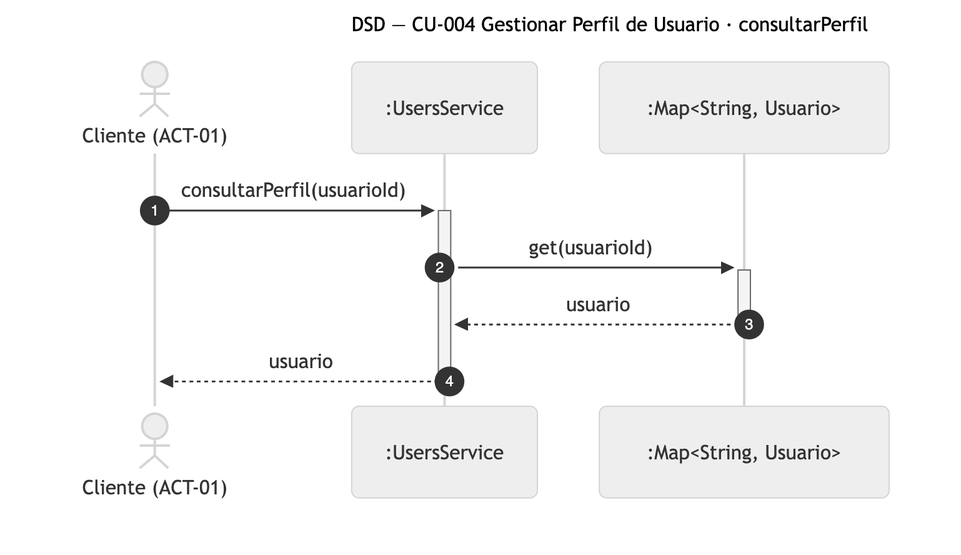
Nahuelito-Dev/splg-docs keeps this Mermaid diagram as diagramas/png/DSD_CU-004_consultarPerfil.png. Above is the earlier version. Its source is kept beside it as diagramas/DSD_CU-004_consultarPerfil.mmd. The source it was exported from:
```mermaid
sequenceDiagram
    title DSD — CU-004 Gestionar Perfil de Usuario · consultarPerfil
    autonumber
    actor CLI as Cliente (ACT-01)
    participant SRV as :UsersService
    participant COL as :Map#lt;String, Usuario#gt;

    CLI->>+SRV: consultarPerfil(usuarioId)
    SRV->>+COL: get(usuarioId)
    COL-->>-SRV: usuario
    SRV-->>-CLI: usuario
```
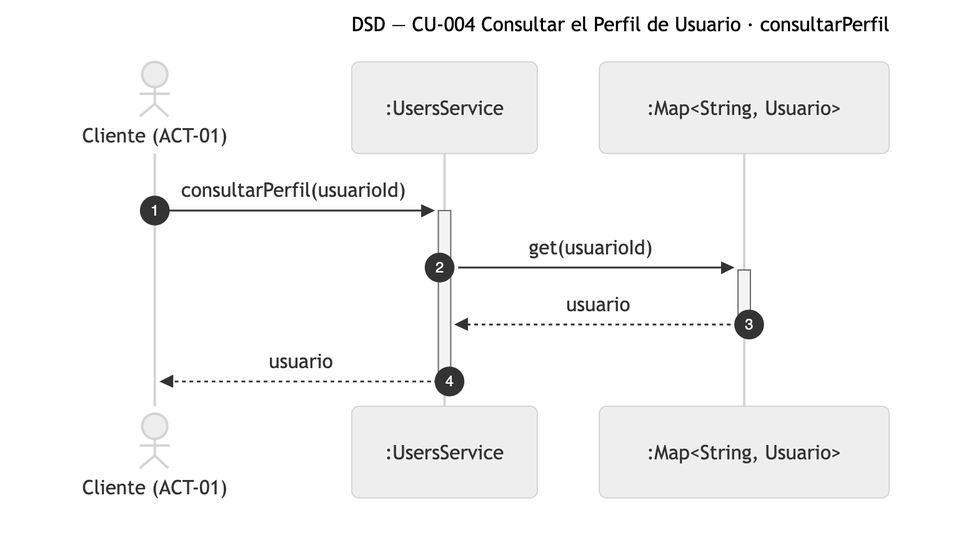
The same diagram one commit later.

The edit, as a diff of the source:
```diff
@@ -1,5 +1,5 @@
 sequenceDiagram
-    title DSD — CU-004 Gestionar Perfil de Usuario · consultarPerfil
+    title DSD — CU-004 Consultar el Perfil de Usuario · consultarPerfil
     autonumber
     actor CLI as Cliente (ACT-01)
     participant SRV as :UsersService
```
